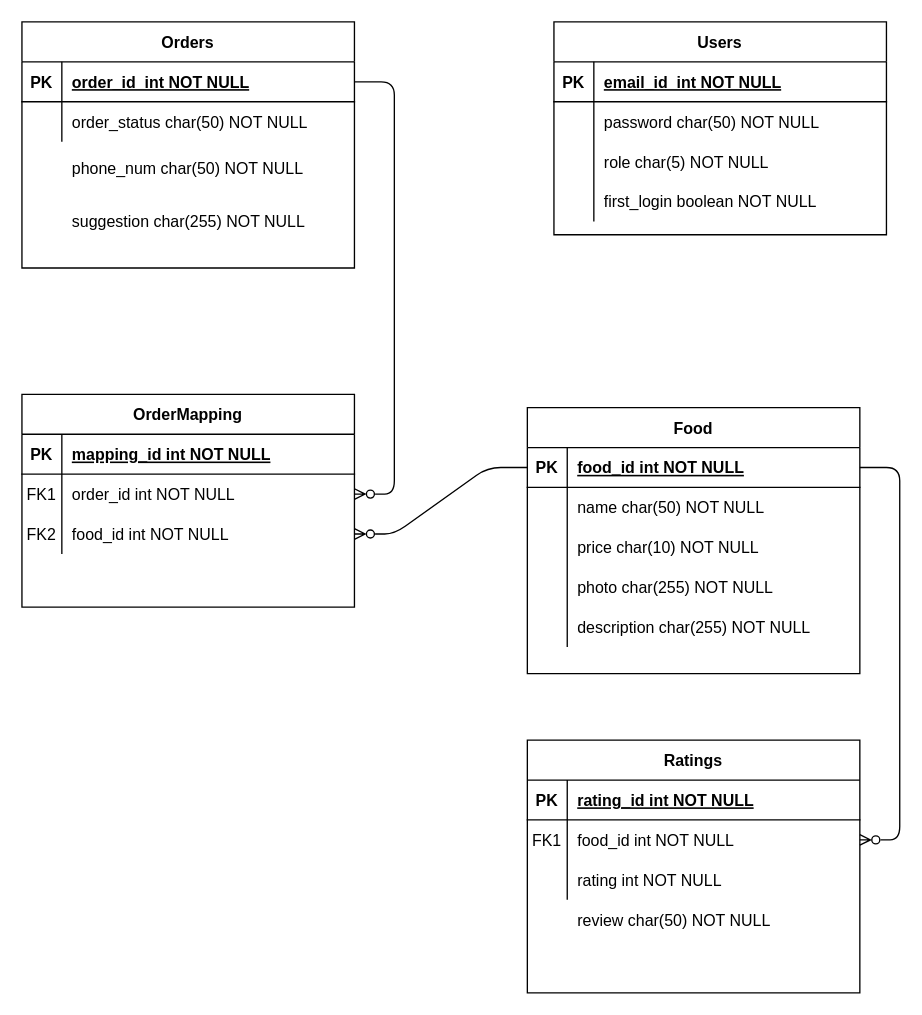
Above: assets/erdiagram.drawio in ashawe/Restaurant-Ordering-System (draw.io), before the change. Source tidied: cells renumbered, new cells numbered last; positions are measured from the earlier drawing's top-left corner, leaving out a move shared by most shapes. Both pictures are drawn from the tidied source at 133%, with x=0, y=0 at pixel (21, 21).
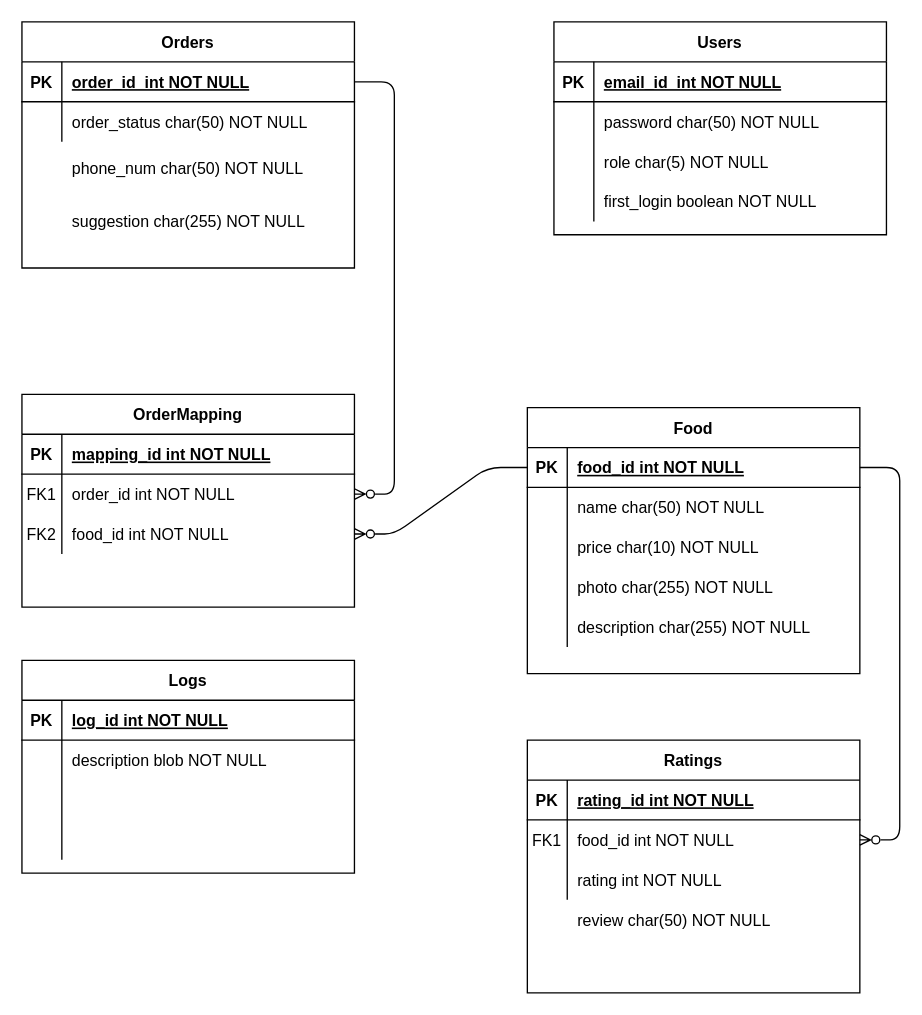
The same diagram, later.

Change to the diagram source:
```diff
@@
+    <mxCell id="67" value="Logs" style="shape=table;startSize=30;childLayout=tableLayout;rowLines=0;fontStyle=1;align=center;" parent="1" vertex="1">
+      <mxGeometry y="480" width="250" height="160" as="geometry" />
+    </mxCell>
+    <mxCell id="68" style="shape=partialRectangle;fillColor=none;top=0;left=0;right=0;bottom=1;" parent="67" vertex="1">
+      <mxGeometry y="30" width="250" height="30" as="geometry" />
+    </mxCell>
+    <mxCell id="69" value="PK" style="shape=partialRectangle;overflow=hidden;fillColor=none;top=0;left=0;bottom=0;right=0;fontStyle=1;" parent="68" vertex="1">
+      <mxGeometry width="30" height="30" as="geometry" />
+    </mxCell>
+    <mxCell id="70" value="log_id int NOT NULL " style="shape=partialRectangle;overflow=hidden;fillColor=none;top=0;left=0;bottom=0;right=0;align=left;spacingLeft=6;fontStyle=5;" parent="68" vertex="1">
+      <mxGeometry x="30" width="220" height="30" as="geometry" />
+    </mxCell>
+    <mxCell id="71" style="shape=partialRectangle;fillColor=none;top=0;left=0;right=0;bottom=0;" parent="67" vertex="1">
+      <mxGeometry y="60" width="250" height="30" as="geometry" />
+    </mxCell>
+    <mxCell id="72" style="shape=partialRectangle;overflow=hidden;fillColor=none;top=0;left=0;bottom=0;right=0;" parent="71" vertex="1">
+      <mxGeometry width="30" height="30" as="geometry" />
+    </mxCell>
+    <mxCell id="73" value="description blob NOT NULL" style="shape=partialRectangle;overflow=hidden;fillColor=none;top=0;left=0;bottom=0;right=0;align=left;spacingLeft=6;" parent="71" vertex="1">
+      <mxGeometry x="30" width="220" height="30" as="geometry" />
+    </mxCell>
+    <mxCell id="74" style="shape=partialRectangle;fillColor=none;top=0;left=0;right=0;bottom=0;" parent="67" vertex="1">
+      <mxGeometry y="90" width="250" height="30" as="geometry" />
+    </mxCell>
+    <mxCell id="75" style="shape=partialRectangle;overflow=hidden;fillColor=none;top=0;left=0;bottom=0;right=0;" parent="74" vertex="1">
+      <mxGeometry width="30" height="30" as="geometry" />
+    </mxCell>
+    <mxCell id="76" style="shape=partialRectangle;overflow=hidden;fillColor=none;top=0;left=0;bottom=0;right=0;align=left;spacingLeft=6;" parent="74" vertex="1">
+      <mxGeometry x="30" width="220" height="30" as="geometry" />
+    </mxCell>
+    <mxCell id="77" style="shape=partialRectangle;fillColor=none;top=0;left=0;right=0;bottom=0;" parent="67" vertex="1">
+      <mxGeometry y="120" width="250" height="30" as="geometry" />
+    </mxCell>
+    <mxCell id="78" style="shape=partialRectangle;overflow=hidden;fillColor=none;top=0;left=0;bottom=0;right=0;" parent="77" vertex="1">
+      <mxGeometry width="30" height="30" as="geometry" />
+    </mxCell>
+    <mxCell id="79" style="shape=partialRectangle;overflow=hidden;fillColor=none;top=0;left=0;bottom=0;right=0;align=left;spacingLeft=6;" parent="77" vertex="1">
+      <mxGeometry x="30" width="220" height="30" as="geometry" />
+    </mxCell>
```
